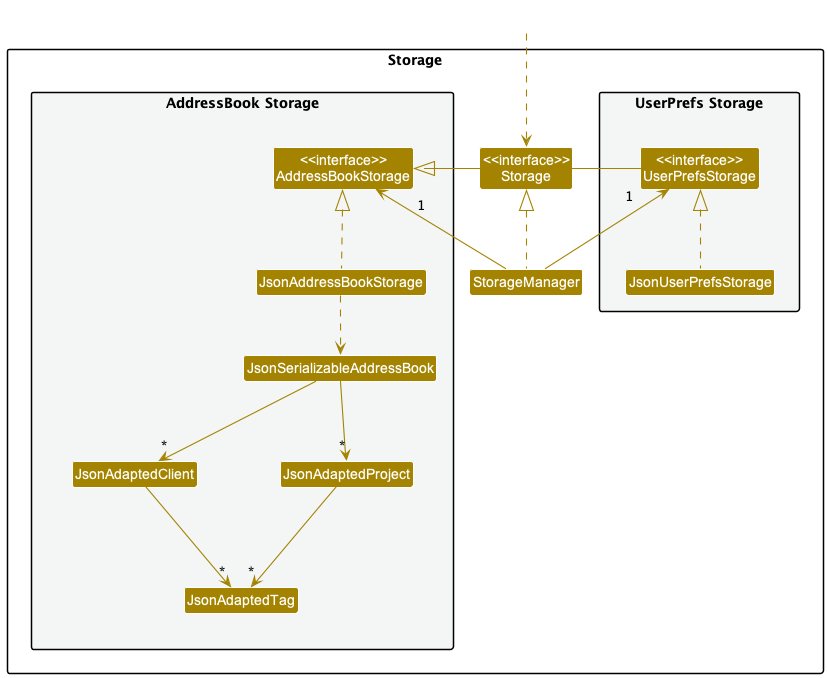
nus-cs2103-AY2223S2/tp keeps this PlantUML diagram as docs/images/StorageClassDiagram.png. Above is the earlier version.
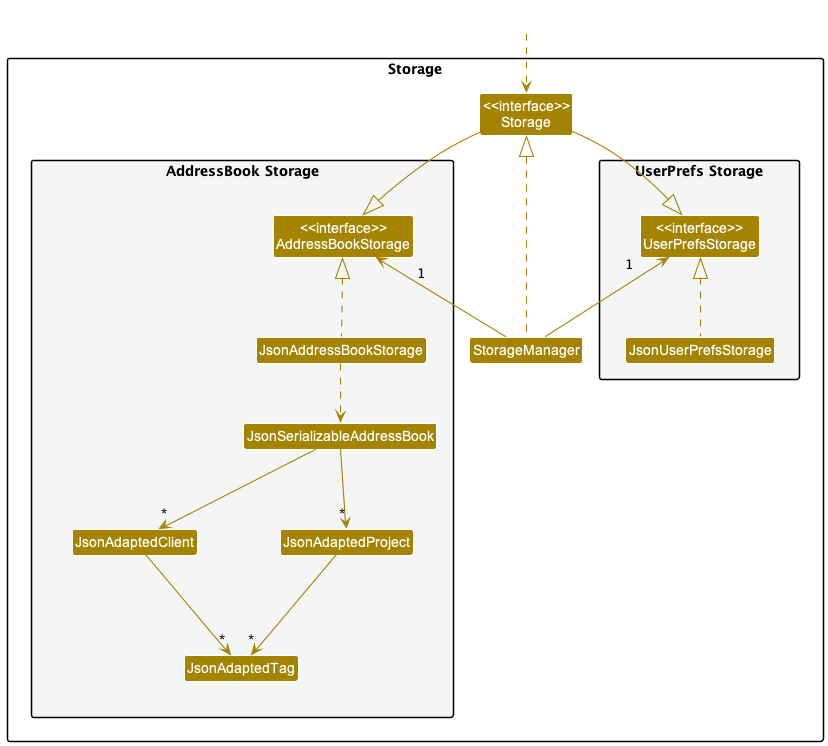
Above is the later version.

Diff of the diagram source:
```diff
@@ -32,7 +32,7 @@
 StorageManager -up-> "1" UserPrefsStorage
 StorageManager -up-> "1" AddressBookStorage
 
-Storage -left-|> UserPrefsStorage
+Storage --|> UserPrefsStorage
 Storage -right-|> AddressBookStorage
 
 JsonUserPrefsStorage .up.|> UserPrefsStorage
```
